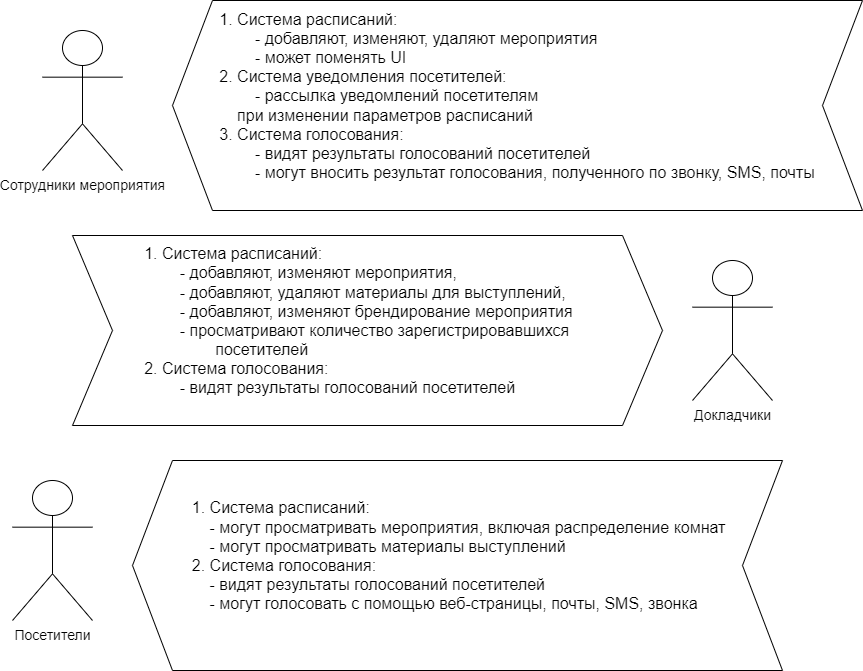
Before: pictures/Case.png, a diagram exported from draw.io (IrinaMarahtanova/architecture-cata). Source tidied: cells renumbered, new cells last; positions are measured from the earlier drawing's top-left corner, leaving out a move shared by most shapes.
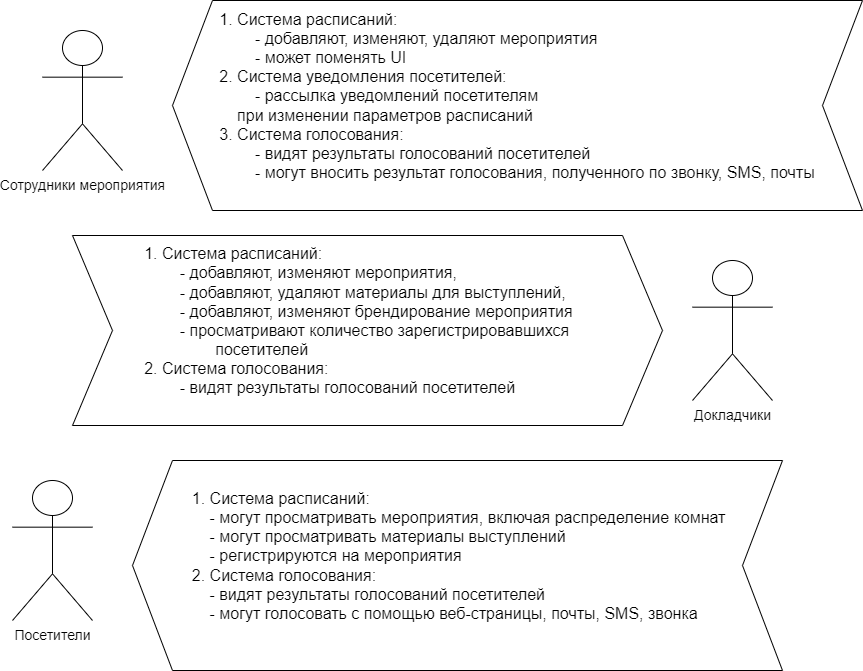
After the commit.

The edit, as a diff of the source:
```diff
@@ -14,7 +14,7 @@
     <mxCell id="5" value="&lt;div style=&quot;text-align: left;&quot;&gt;&lt;span style=&quot;font-size: medium; background-color: initial;&quot;&gt;1. Система расписаний:&lt;/span&gt;&lt;/div&gt;&lt;font size=&quot;3&quot;&gt;&lt;div style=&quot;text-align: left;&quot;&gt;&lt;span style=&quot;background-color: initial;&quot;&gt;&lt;span style=&quot;white-space: pre;&quot;&gt;&#9;&lt;/span&gt;- добавляют, изменяют, удаляют мероприятия&lt;/span&gt;&lt;/div&gt;&lt;div style=&quot;text-align: left;&quot;&gt;&lt;span style=&quot;background-color: initial;&quot;&gt;&lt;span style=&quot;white-space: pre;&quot;&gt;&#9;&lt;/span&gt;- может поменять UI&amp;nbsp;&lt;br&gt;&lt;/span&gt;&lt;/div&gt;&lt;/font&gt;&lt;font size=&quot;3&quot;&gt;&lt;div style=&quot;text-align: left;&quot;&gt;&lt;span style=&quot;background-color: initial;&quot;&gt;2. Система уведомления посетителей:&lt;/span&gt;&lt;/div&gt;&lt;div style=&quot;text-align: left;&quot;&gt;&lt;span style=&quot;background-color: initial;&quot;&gt;&lt;span style=&quot;&quot;&gt;&lt;span style=&quot;white-space: pre;&quot;&gt;&amp;nbsp;&amp;nbsp;&amp;nbsp;&amp;nbsp;&lt;span style=&quot;white-space: pre;&quot;&gt;&#9;&lt;/span&gt;&lt;/span&gt;&lt;/span&gt;- рассылка уведомлений посетителям&amp;nbsp;&lt;/span&gt;&lt;/div&gt;&lt;div style=&quot;text-align: left;&quot;&gt;&lt;span style=&quot;background-color: initial;&quot;&gt;&lt;span style=&quot;&quot;&gt;&lt;span style=&quot;white-space: pre;&quot;&gt;&amp;nbsp;&amp;nbsp;&amp;nbsp;&amp;nbsp;&lt;/span&gt;&lt;/span&gt;при изменении параметров расписаний&lt;/span&gt;&lt;/div&gt;&lt;div style=&quot;text-align: left;&quot;&gt;&lt;div style=&quot;border-color: var(--border-color);&quot;&gt;3. Система голосования:&lt;/div&gt;&lt;div style=&quot;border-color: var(--border-color);&quot;&gt;&lt;span style=&quot;border-color: var(--border-color); background-color: initial;&quot;&gt;&lt;span style=&quot;border-color: var(--border-color);&quot;&gt;&lt;span style=&quot;white-space: pre;&quot;&gt;&amp;nbsp;&amp;nbsp;&amp;nbsp;&amp;nbsp;&lt;/span&gt;&lt;/span&gt;&lt;span style=&quot;border-color: var(--border-color);&quot;&gt;&lt;span style=&quot;white-space: pre;&quot;&gt;&amp;nbsp;&amp;nbsp;&amp;nbsp;&amp;nbsp;&lt;/span&gt;&lt;/span&gt;- видят результаты голосований посетителей&lt;br style=&quot;border-color: var(--border-color);&quot;&gt;&lt;/span&gt;&lt;/div&gt;&lt;div style=&quot;border-color: var(--border-color);&quot;&gt;&lt;span style=&quot;border-color: var(--border-color); background-color: initial;&quot;&gt;&lt;span style=&quot;white-space: pre;&quot;&gt;&#9;&lt;/span&gt;- могут вносить результат голосования, полученного по звонку, SMS, почты&lt;br&gt;&lt;/span&gt;&lt;/div&gt;&lt;div&gt;&lt;span style=&quot;border-color: var(--border-color); background-color: initial;&quot;&gt;&lt;br&gt;&lt;/span&gt;&lt;/div&gt;&lt;/div&gt;&lt;/font&gt;" style="shape=step;perimeter=stepPerimeter;whiteSpace=wrap;html=1;fixedSize=1;direction=west;size=40;" parent="1" vertex="1">
       <mxGeometry x="160" width="690" height="210" as="geometry" />
     </mxCell>
-    <mxCell id="6" value="&lt;blockquote style=&quot;margin: 0 0 0 40px; border: none; padding: 0px;&quot;&gt;&lt;div style=&quot;font-size: 16px;&quot;&gt;&lt;span style=&quot;background-color: initial;&quot;&gt;&lt;font style=&quot;font-size: 16px;&quot;&gt;&lt;span style=&quot;&quot;&gt;&lt;span style=&quot;white-space: pre;&quot;&gt;&amp;nbsp;&amp;nbsp;&amp;nbsp;&amp;nbsp;&lt;/span&gt;&lt;/span&gt;1. Система расписаний:&lt;/font&gt;&lt;/span&gt;&lt;/div&gt;&lt;div style=&quot;font-size: 16px;&quot;&gt;&lt;span style=&quot;background-color: initial;&quot;&gt;&lt;font style=&quot;font-size: 16px;&quot;&gt;&lt;span style=&quot;&quot;&gt;&lt;span style=&quot;white-space: pre;&quot;&gt;&amp;nbsp;&amp;nbsp;&amp;nbsp;&amp;nbsp;&lt;/span&gt;&lt;span style=&quot;&quot;&gt;&lt;span style=&quot;white-space: pre;&quot;&gt;&amp;nbsp;&amp;nbsp;&amp;nbsp;&amp;nbsp;&lt;/span&gt;&lt;/span&gt;&lt;/span&gt;- могут просматривать мероприятия, включая распределение комнат&lt;/font&gt;&lt;/span&gt;&lt;/div&gt;&lt;div style=&quot;font-size: 16px;&quot;&gt;&lt;span style=&quot;background-color: initial;&quot;&gt;&lt;font style=&quot;font-size: 16px;&quot;&gt;&lt;span style=&quot;white-space: pre;&quot;&gt;&#9;&lt;/span&gt;- могут просматривать материалы выступлений&lt;/font&gt;&lt;/span&gt;&lt;/div&gt;&lt;div style=&quot;font-size: 16px;&quot;&gt;&lt;span style=&quot;background-color: initial;&quot;&gt;&lt;font style=&quot;font-size: 16px;&quot;&gt;&lt;span style=&quot;&quot;&gt;&lt;span style=&quot;white-space: pre;&quot;&gt;&amp;nbsp;&amp;nbsp;&amp;nbsp;&amp;nbsp;&lt;/span&gt;&lt;/span&gt;2. Система голосования:&lt;/font&gt;&lt;/span&gt;&lt;/div&gt;&lt;div style=&quot;font-size: 16px;&quot;&gt;&lt;span style=&quot;background-color: initial;&quot;&gt;&lt;font style=&quot;font-size: 16px;&quot;&gt;&lt;span style=&quot;&quot;&gt;&lt;span style=&quot;white-space: pre;&quot;&gt;&amp;nbsp;&amp;nbsp;&amp;nbsp;&amp;nbsp;&lt;/span&gt;&lt;/span&gt;&lt;span style=&quot;&quot;&gt;&lt;span style=&quot;white-space: pre;&quot;&gt;&amp;nbsp;&amp;nbsp;&amp;nbsp;&amp;nbsp;&lt;/span&gt;&lt;/span&gt;- видят результаты голосований посетителей&lt;/font&gt;&lt;/span&gt;&lt;/div&gt;&lt;div style=&quot;font-size: 16px;&quot;&gt;&lt;span style=&quot;background-color: initial;&quot;&gt;&lt;font style=&quot;font-size: 16px;&quot;&gt;&lt;span style=&quot;&quot;&gt;&lt;span style=&quot;white-space: pre;&quot;&gt;&amp;nbsp;&amp;nbsp;&amp;nbsp;&amp;nbsp;&lt;/span&gt;&lt;/span&gt;&lt;span style=&quot;&quot;&gt;&lt;span style=&quot;white-space: pre;&quot;&gt;&amp;nbsp;&amp;nbsp;&amp;nbsp;&amp;nbsp;&lt;/span&gt;&lt;/span&gt;- могут голосовать c помощью веб-страницы, почты, SMS, звонка&lt;/font&gt;&lt;/span&gt;&lt;/div&gt;&lt;/blockquote&gt;&lt;div style=&quot;font-size: 16px;&quot;&gt;&lt;span style=&quot;background-color: initial;&quot;&gt;&lt;font style=&quot;font-size: 16px;&quot;&gt;&lt;br&gt;&lt;/font&gt;&lt;/span&gt;&lt;/div&gt;" style="shape=step;perimeter=stepPerimeter;whiteSpace=wrap;html=1;fixedSize=1;direction=west;size=40;align=left;" parent="1" vertex="1">
+    <mxCell id="6" value="&lt;blockquote style=&quot;margin: 0 0 0 40px; border: none; padding: 0px;&quot;&gt;&lt;div style=&quot;font-size: 16px;&quot;&gt;&lt;span style=&quot;background-color: initial;&quot;&gt;&lt;font style=&quot;font-size: 16px;&quot;&gt;&lt;span style=&quot;&quot;&gt;&lt;span style=&quot;white-space: pre;&quot;&gt;&amp;nbsp;&amp;nbsp;&amp;nbsp;&amp;nbsp;&lt;/span&gt;&lt;/span&gt;1. Система расписаний:&lt;/font&gt;&lt;/span&gt;&lt;/div&gt;&lt;div style=&quot;font-size: 16px;&quot;&gt;&lt;span style=&quot;background-color: initial;&quot;&gt;&lt;font style=&quot;font-size: 16px;&quot;&gt;&lt;span style=&quot;&quot;&gt;&lt;span style=&quot;white-space: pre;&quot;&gt;&amp;nbsp;&amp;nbsp;&amp;nbsp;&amp;nbsp;&lt;/span&gt;&lt;span style=&quot;&quot;&gt;&lt;span style=&quot;white-space: pre;&quot;&gt;&amp;nbsp;&amp;nbsp;&amp;nbsp;&amp;nbsp;&lt;/span&gt;&lt;/span&gt;&lt;/span&gt;- могут просматривать мероприятия, включая распределение комнат&lt;/font&gt;&lt;/span&gt;&lt;/div&gt;&lt;div style=&quot;font-size: 16px;&quot;&gt;&lt;span style=&quot;background-color: initial;&quot;&gt;&lt;font style=&quot;font-size: 16px;&quot;&gt;&lt;span style=&quot;white-space: pre;&quot;&gt;&#9;&lt;/span&gt;- могут просматривать материалы выступлений&lt;/font&gt;&lt;/span&gt;&lt;/div&gt;&lt;div style=&quot;font-size: 16px;&quot;&gt;&lt;span style=&quot;background-color: initial;&quot;&gt;&lt;font style=&quot;font-size: 16px;&quot;&gt;&lt;span style=&quot;white-space: pre;&quot;&gt;&#9;&lt;/span&gt;- регистрируются на мероприятия&lt;br&gt;&lt;/font&gt;&lt;/span&gt;&lt;/div&gt;&lt;div style=&quot;font-size: 16px;&quot;&gt;&lt;span style=&quot;background-color: initial;&quot;&gt;&lt;font style=&quot;font-size: 16px;&quot;&gt;&lt;span style=&quot;&quot;&gt;&lt;span style=&quot;white-space: pre;&quot;&gt;&amp;nbsp;&amp;nbsp;&amp;nbsp;&amp;nbsp;&lt;/span&gt;&lt;/span&gt;2. Система голосования:&lt;/font&gt;&lt;/span&gt;&lt;/div&gt;&lt;div style=&quot;font-size: 16px;&quot;&gt;&lt;span style=&quot;background-color: initial;&quot;&gt;&lt;font style=&quot;font-size: 16px;&quot;&gt;&lt;span style=&quot;&quot;&gt;&lt;span style=&quot;white-space: pre;&quot;&gt;&amp;nbsp;&amp;nbsp;&amp;nbsp;&amp;nbsp;&lt;/span&gt;&lt;/span&gt;&lt;span style=&quot;&quot;&gt;&lt;span style=&quot;white-space: pre;&quot;&gt;&amp;nbsp;&amp;nbsp;&amp;nbsp;&amp;nbsp;&lt;/span&gt;&lt;/span&gt;- видят результаты голосований посетителей&lt;/font&gt;&lt;/span&gt;&lt;/div&gt;&lt;div style=&quot;font-size: 16px;&quot;&gt;&lt;span style=&quot;background-color: initial;&quot;&gt;&lt;font style=&quot;font-size: 16px;&quot;&gt;&lt;span style=&quot;&quot;&gt;&lt;span style=&quot;white-space: pre;&quot;&gt;&amp;nbsp;&amp;nbsp;&amp;nbsp;&amp;nbsp;&lt;/span&gt;&lt;/span&gt;&lt;span style=&quot;&quot;&gt;&lt;span style=&quot;white-space: pre;&quot;&gt;&amp;nbsp;&amp;nbsp;&amp;nbsp;&amp;nbsp;&lt;/span&gt;&lt;/span&gt;- могут голосовать c помощью веб-страницы, почты, SMS, звонка&lt;/font&gt;&lt;/span&gt;&lt;/div&gt;&lt;/blockquote&gt;&lt;div style=&quot;font-size: 16px;&quot;&gt;&lt;span style=&quot;background-color: initial;&quot;&gt;&lt;font style=&quot;font-size: 16px;&quot;&gt;&lt;br&gt;&lt;/font&gt;&lt;/span&gt;&lt;/div&gt;" style="shape=step;perimeter=stepPerimeter;whiteSpace=wrap;html=1;fixedSize=1;direction=west;size=40;align=left;" parent="1" vertex="1">
       <mxGeometry x="120" y="460" width="650" height="210" as="geometry" />
     </mxCell>
     <mxCell id="7" value="&lt;div style=&quot;text-align: left;&quot;&gt;&lt;span style=&quot;font-size: medium; background-color: initial;&quot;&gt;&lt;span style=&quot;white-space: pre;&quot;&gt;&#9;&lt;/span&gt;&lt;span style=&quot;white-space: pre;&quot;&gt;&#9;&lt;/span&gt;1. Система расписаний:&lt;/span&gt;&lt;/div&gt;&lt;font size=&quot;3&quot;&gt;&lt;div style=&quot;text-align: left;&quot;&gt;&lt;span style=&quot;background-color: initial;&quot;&gt;&amp;nbsp;&lt;span style=&quot;white-space: pre;&quot;&gt;&#9;&lt;/span&gt;&lt;span style=&quot;white-space: pre;&quot;&gt;&#9;&lt;span style=&quot;white-space: pre;&quot;&gt;&#9;&lt;/span&gt;-&lt;/span&gt;&amp;nbsp;добавляют, изменяют мероприятия,&lt;/span&gt;&lt;/div&gt;&lt;div style=&quot;text-align: left;&quot;&gt;&lt;span style=&quot;background-color: initial;&quot;&gt;&lt;span style=&quot;white-space: pre;&quot;&gt;&#9;&lt;/span&gt;&lt;span style=&quot;white-space: pre;&quot;&gt;&#9;&lt;/span&gt;&lt;span style=&quot;white-space: pre;&quot;&gt;&#9;&lt;/span&gt;- добавляют, удаляют материалы для выступлений,&amp;nbsp;&lt;/span&gt;&lt;/div&gt;&lt;div style=&quot;text-align: left;&quot;&gt;&lt;span style=&quot;background-color: initial;&quot;&gt;&lt;span style=&quot;white-space: pre;&quot;&gt;&#9;&lt;/span&gt;&lt;span style=&quot;white-space: pre;&quot;&gt;&#9;&lt;/span&gt;&lt;span style=&quot;white-space: pre;&quot;&gt;&#9;&lt;/span&gt;- добавляют, изменяют брендирование мероприятия&lt;/span&gt;&lt;/div&gt;&lt;div style=&quot;text-align: left;&quot;&gt;&lt;span style=&quot;background-color: initial;&quot;&gt;&lt;span style=&quot;white-space: pre;&quot;&gt;&#9;&lt;/span&gt;&lt;span style=&quot;white-space: pre;&quot;&gt;&#9;&lt;/span&gt;&lt;span style=&quot;white-space: pre;&quot;&gt;&#9;&lt;/span&gt;- просматривают количество зарегистрировавшихся &lt;span style=&quot;white-space: pre;&quot;&gt;&#9;&lt;/span&gt;&lt;span style=&quot;white-space: pre;&quot;&gt;&#9;&lt;/span&gt;&lt;span style=&quot;white-space: pre;&quot;&gt;&#9;&lt;/span&gt;&lt;span style=&quot;white-space: pre;&quot;&gt;&#9;&lt;/span&gt;посетителей&lt;br&gt;&lt;/span&gt;&lt;/div&gt;&lt;div style=&quot;text-align: left;&quot;&gt;&lt;span style=&quot;background-color: initial;&quot;&gt;&lt;span style=&quot;white-space: pre;&quot;&gt;&#9;&lt;/span&gt;&lt;span style=&quot;white-space: pre;&quot;&gt;&#9;&lt;/span&gt;2. Система голосования:&lt;/span&gt;&lt;/div&gt;&lt;div style=&quot;text-align: left;&quot;&gt;&lt;span style=&quot;background-color: initial;&quot;&gt;&lt;span style=&quot;white-space: pre;&quot;&gt;&#9;&lt;/span&gt;&lt;span style=&quot;white-space: pre;&quot;&gt;&#9;&lt;/span&gt;&lt;span style=&quot;white-space: pre;&quot;&gt;&#9;&lt;/span&gt;- видят результаты голосований посетителей&lt;br&gt;&lt;/span&gt;&lt;/div&gt;&lt;div style=&quot;text-align: left;&quot;&gt;&lt;span style=&quot;background-color: initial;&quot;&gt;&lt;br&gt;&lt;/span&gt;&lt;/div&gt;&lt;/font&gt;" style="shape=step;perimeter=stepPerimeter;whiteSpace=wrap;html=1;fixedSize=1;direction=east;size=40;" parent="1" vertex="1">
```
